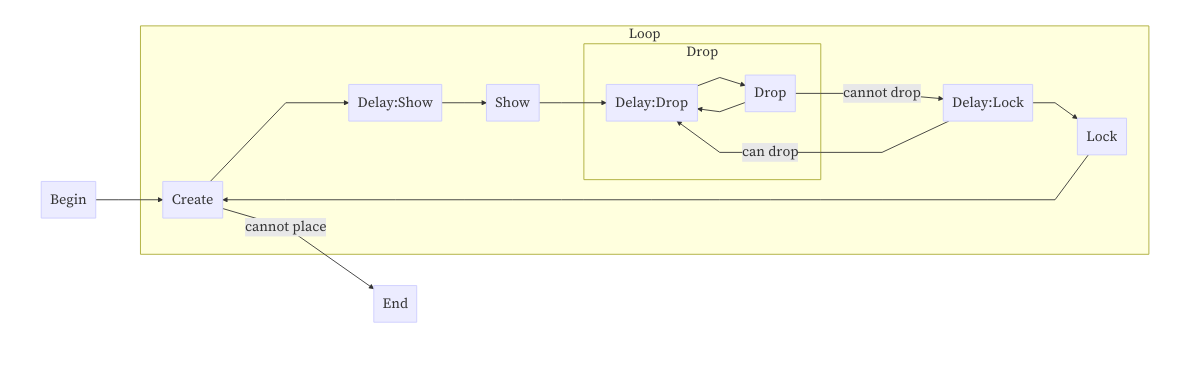
The Mermaid diagram engine.mmd.png in intris/design, before a commit. Its source is kept beside it as engine.mmd.
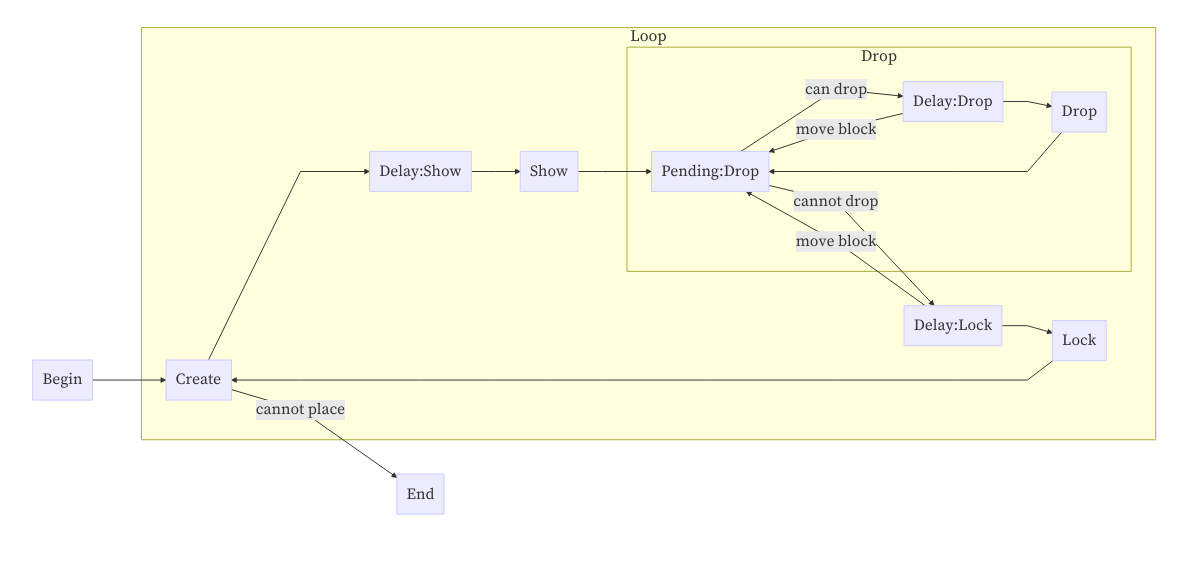
Above is the later version.

Diff of the diagram source:
```diff
@@ -3,13 +3,15 @@
   subgraph Loop
     Create --> Delay:Show
     Delay:Show --> Show
-    Show --> Delay:Drop
+    Show --> Pending:Drop
     subgraph Drop
+      Pending:Drop -- can drop --> Delay:Drop
       Delay:Drop --> Drop
-      Drop --> Delay:Drop
+      Drop --> Pending:Drop
+      Delay:Drop -- move block --> Pending:Drop
     end
-    Drop -- cannot drop --> Delay:Lock
-    Delay:Lock -- can drop --> Delay:Drop
+    Pending:Drop -- cannot drop --> Delay:Lock
+    Delay:Lock -- move block --> Pending:Drop
     Delay:Lock --> Lock
     Lock --> Create
   end
```
